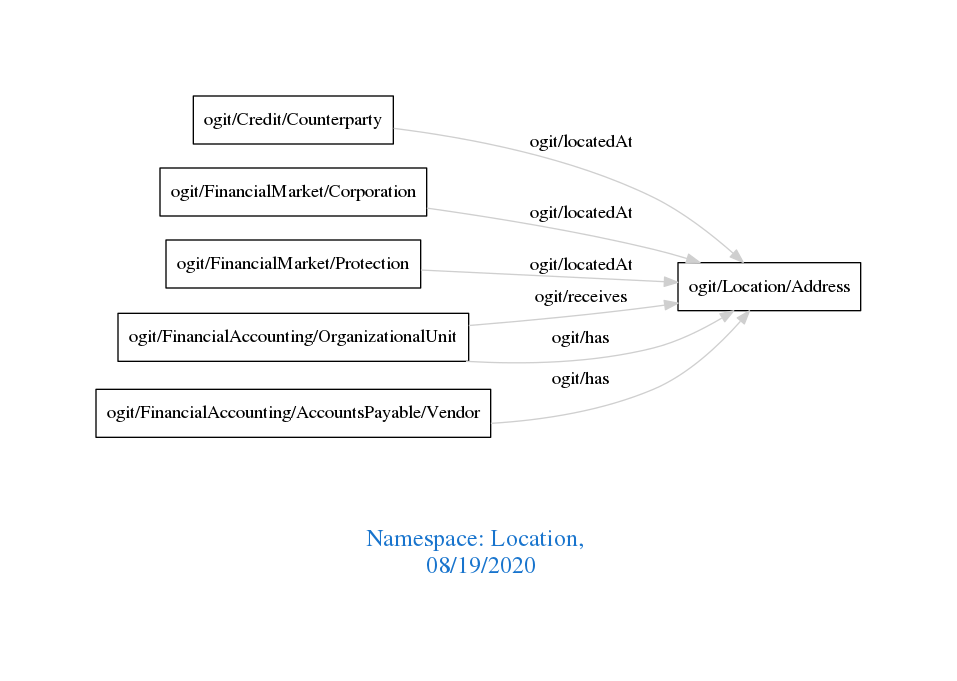
Earlier version of the Graphviz export downloads/Location.png (arago/OGIT). Its source is kept beside it as downloads/Location.dot.
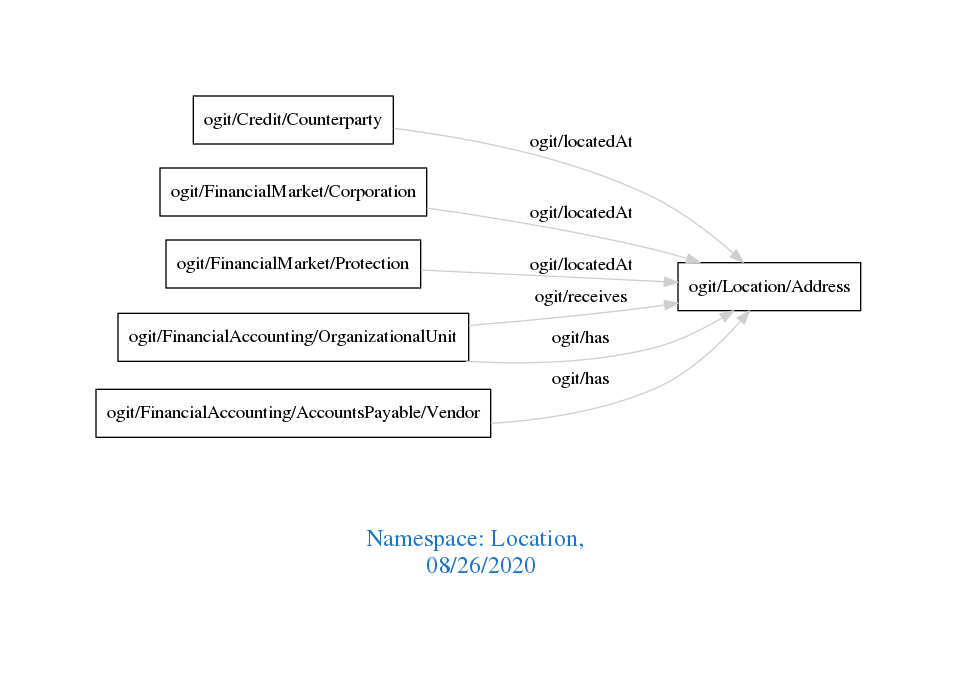
Above is the later version.

Diff of the diagram source:
```diff
@@ -1,7 +1,7 @@
 digraph OGIT_ontology {
  graph [ rankdir= LR,pad=1
 fontsize = 18,
-fontcolor= dodgerblue3,label = "\n\n\nNamespace: Location, \n 08/19/2020"];
+fontcolor= dodgerblue3,label = "\n\n\nNamespace: Location, \n 08/26/2020"];
 node[shape=polygon];
 edge [  color="gray81"];
 
```
